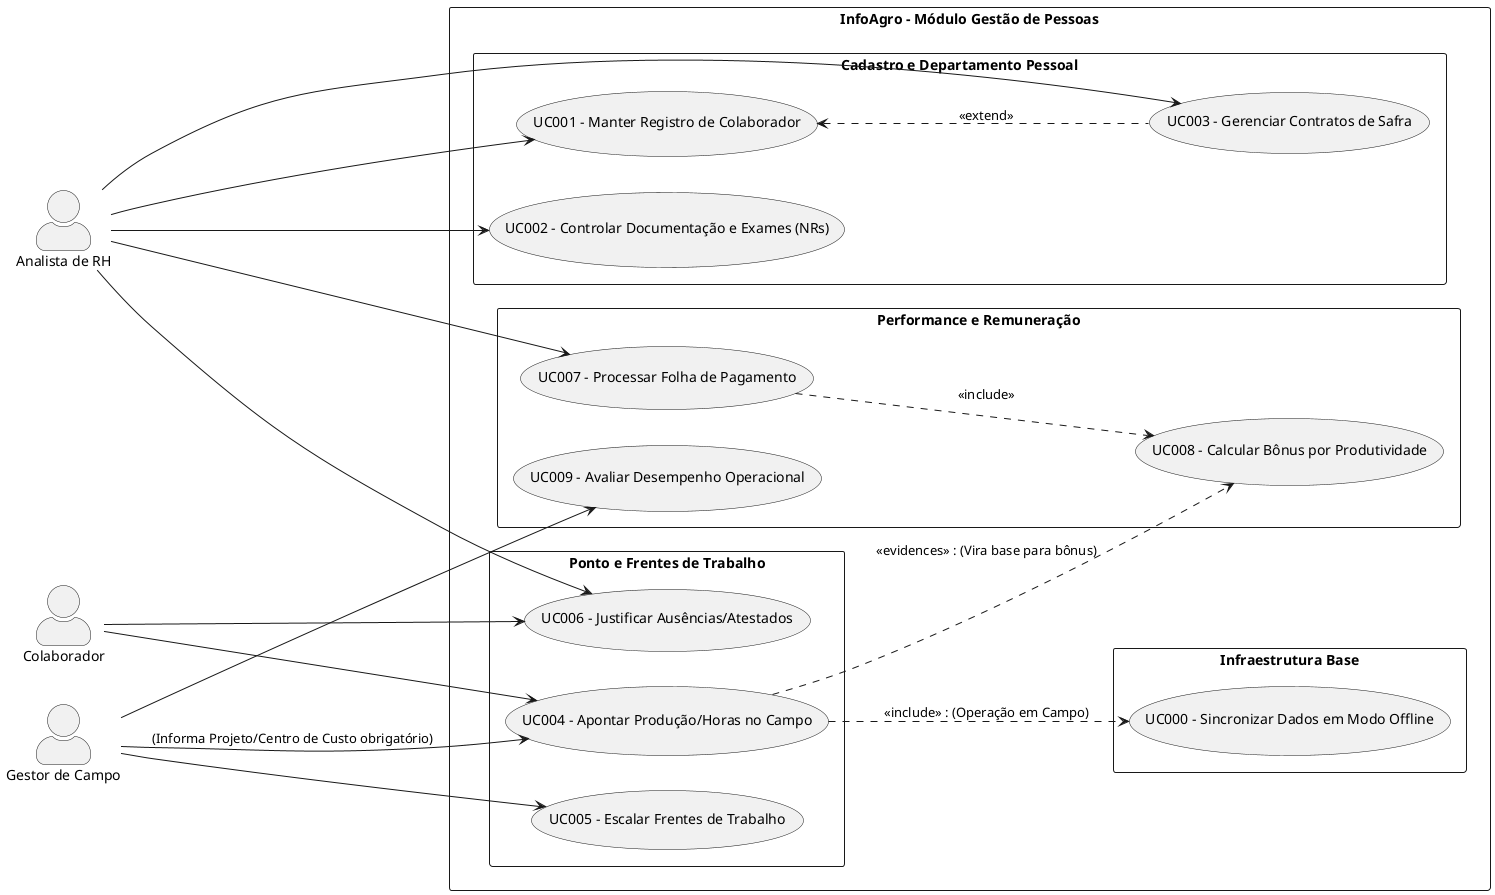
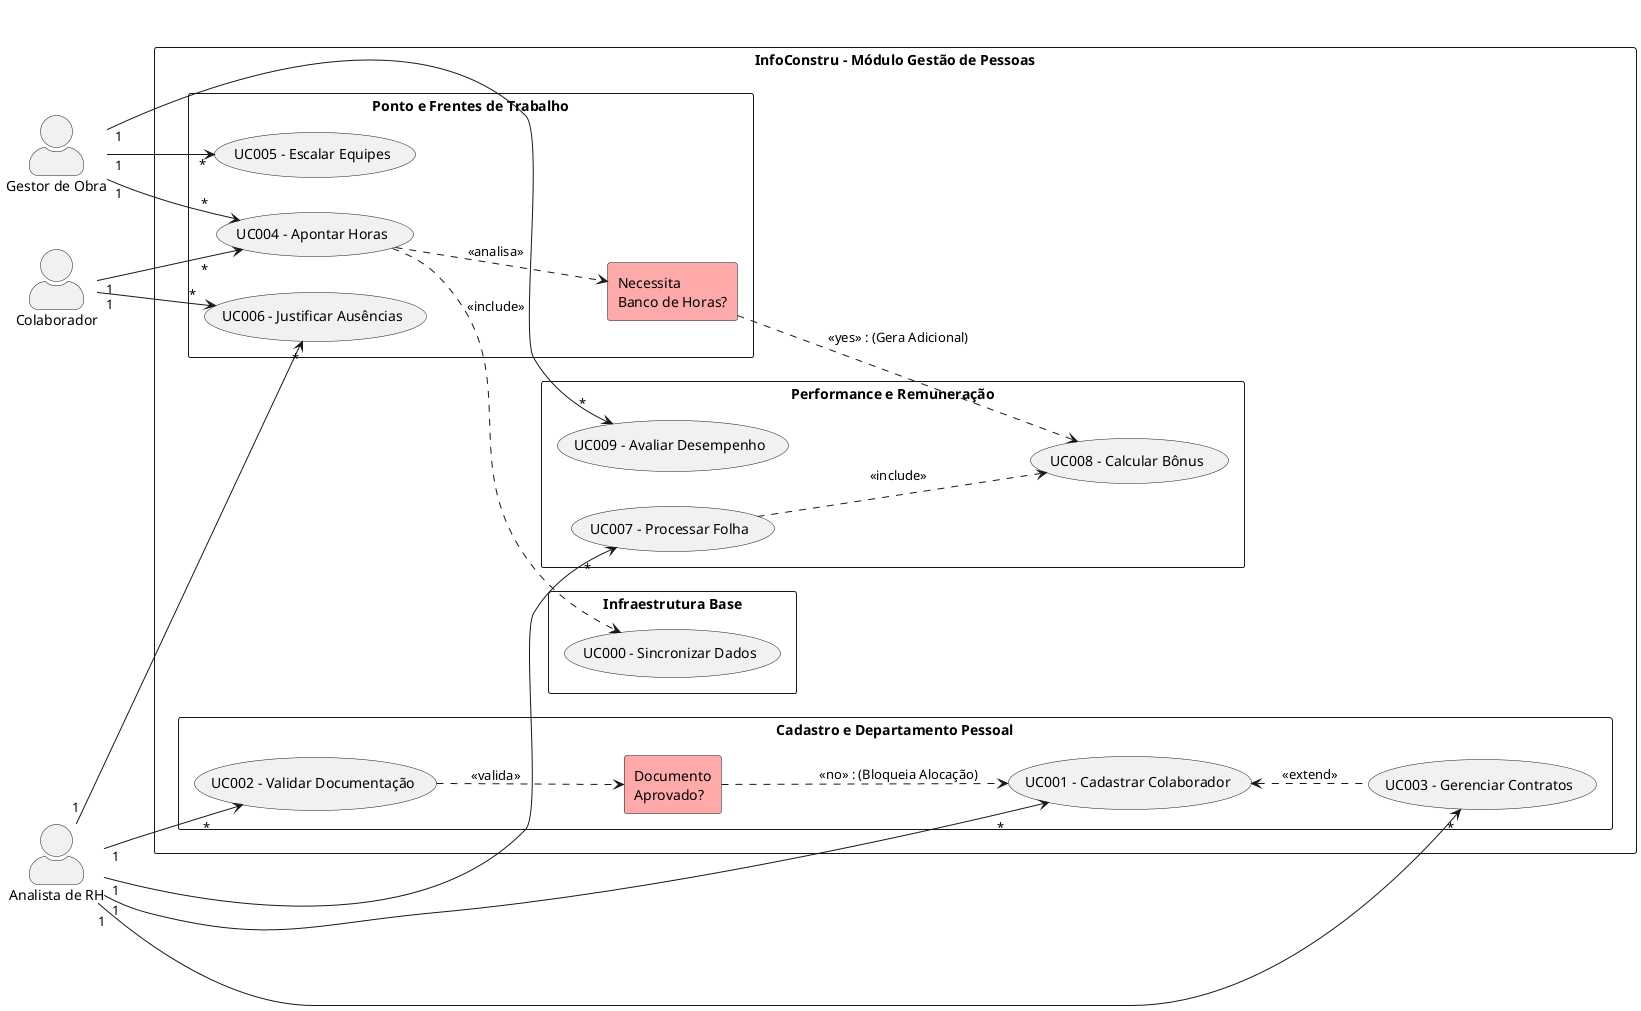
- @startuml InfoAgro - Gestão de Pessoas Atualizado
+ @startuml InfoConstru - Gestão de Pessoas
left to right direction
skinparam packageStyle rectangle
skinparam actorStyle awesome

actor "Analista de RH" as RH
- actor "Gestor de Campo" as Gestor
+ actor "Gestor de Obra" as Gestor
actor "Colaborador" as Funcionario

- rectangle "InfoAgro - Módulo Gestão de Pessoas" {
+ rectangle "InfoConstru - Módulo Gestão de Pessoas" {

    package "Infraestrutura Base" {
-         usecase "UC000 - Sincronizar Dados em Modo Offline" as UC000
+         usecase "UC000 - Sincronizar Dados" as UC000
    }

    package "Cadastro e Departamento Pessoal" {
-         usecase "UC001 - Manter Registro de Colaborador" as UC001
-         usecase "UC002 - Controlar Documentação e Exames (NRs)" as UC002
-         usecase "UC003 - Gerenciar Contratos de Safra" as UC003
+         usecase "UC001 - Cadastrar Colaborador" as UC001
+         usecase "UC002 - Validar Documentação" as UC002
+         usecase "UC003 - Gerenciar Contratos" as UC003
+ 
+         ' Elemento de Decisão em formato Retangular
+         rectangle "Documento\nAprovado?" as DecisaoDoc #FFAAAA
    }

    package "Ponto e Frentes de Trabalho" {
-         usecase "UC004 - Apontar Produção/Horas no Campo" as UC004
-         usecase "UC005 - Escalar Frentes de Trabalho" as UC005
-         usecase "UC006 - Justificar Ausências/Atestados" as UC006
+         usecase "UC004 - Apontar Horas" as UC004
+         usecase "UC005 - Escalar Equipes" as UC005
+         usecase "UC006 - Justificar Ausências" as UC006
+ 
+         ' Elemento de Decisão em formato Retangular
+         rectangle "Necessita\nBanco de Horas?" as DecisaoHoras #FFAAAA
    }

    package "Performance e Remuneração" {
-         usecase "UC007 - Processar Folha de Pagamento" as UC007
-         usecase "UC008 - Calcular Bônus por Produtividade" as UC008
-         usecase "UC009 - Avaliar Desempenho Operacional" as UC009
+         usecase "UC007 - Processar Folha" as UC007
+         usecase "UC008 - Calcular Bônus" as UC008
+         usecase "UC009 - Avaliar Desempenho" as UC009
    }

-     ' Novas amarrações de requisitos
+     ' Relacionamentos com fluxo de decisões
    UC001 <.. UC003 : <<extend>>
+ 
+     UC002 ..> DecisaoDoc : <<valida>>
+     DecisaoDoc ..> UC001 : <<no>> : (Bloqueia Alocação)
+ 
+     UC004 ..> UC000 : <<include>>
+     UC004 ..> DecisaoHoras : <<analisa>>
+     DecisaoHoras ..> UC008 : <<yes>> : (Gera Adicional)
+ 
    UC007 ..> UC008 : <<include>>
- 
-     ' O apontamento agora depende da sincronização offline e alimenta a produtividade
-     UC004 ..> UC000 : <<include>> : (Operação em Campo)
-     UC004 ..> UC008 : <<evidences>> : (Vira base para bônus)
}

- RH --> UC001
- RH --> UC002
- RH --> UC003
- RH --> UC006
- RH --> UC007
+ ' Relacionamentos estilo Entidade-Relacionamento (1 para N)
+ RH "1" --> "*" UC001
+ RH "1" --> "*" UC002
+ RH "1" --> "*" UC003
+ RH "1" --> "*" UC006
+ RH "1" --> "*" UC007

- Gestor --> UC004 : (Informa Projeto/Centro de Custo obrigatório)
- Gestor --> UC005
- Gestor --> UC009
+ Gestor "1" --> "*" UC004
+ Gestor "1" --> "*" UC005
+ Gestor "1" --> "*" UC009

- Funcionario --> UC004
- Funcionario --> UC006
+ Funcionario "1" --> "*" UC004
+ Funcionario "1" --> "*" UC006

@enduml